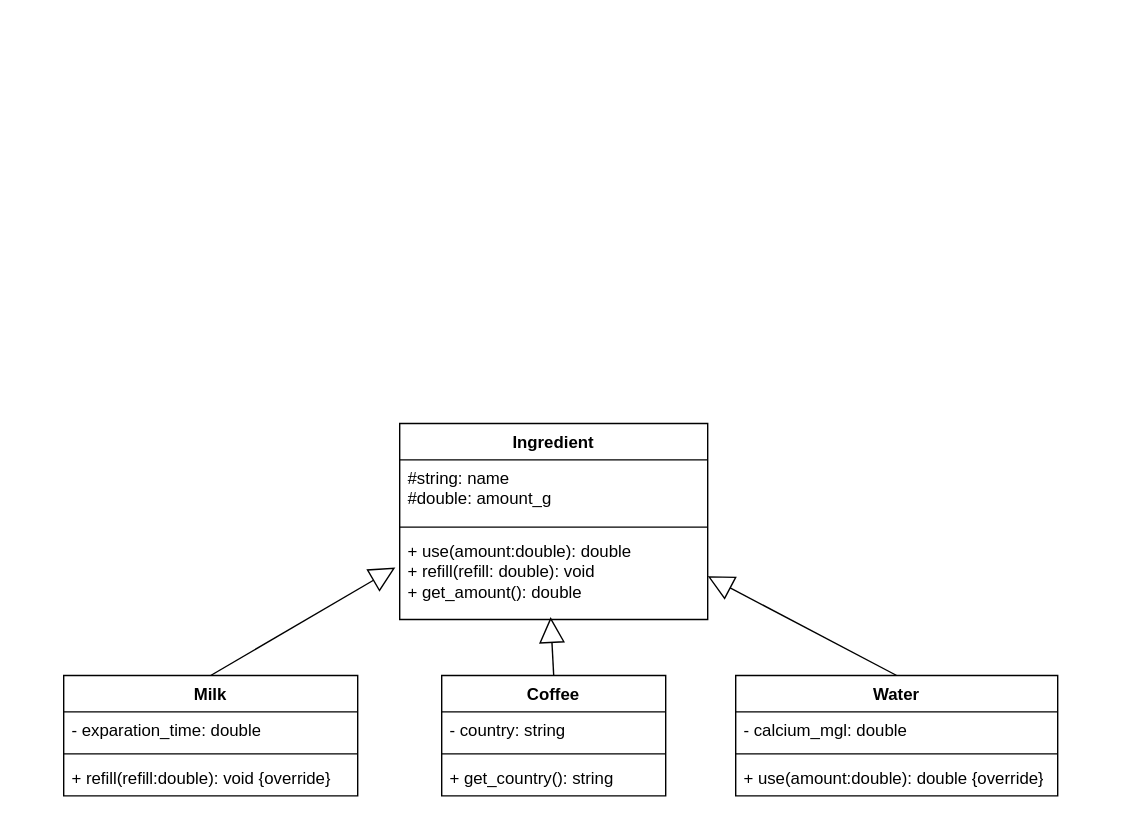
Before: UML/coffee_machine.drawio in JostMawick/coffee_machine, a draw.io diagram. Source tidied: cells renumbered, new cells numbered last; positions are measured from the earlier drawing's top-left corner, leaving out a move shared by most shapes. Both pictures are drawn from the tidied source at 140%, with x=0, y=0 at pixel (63, 423).
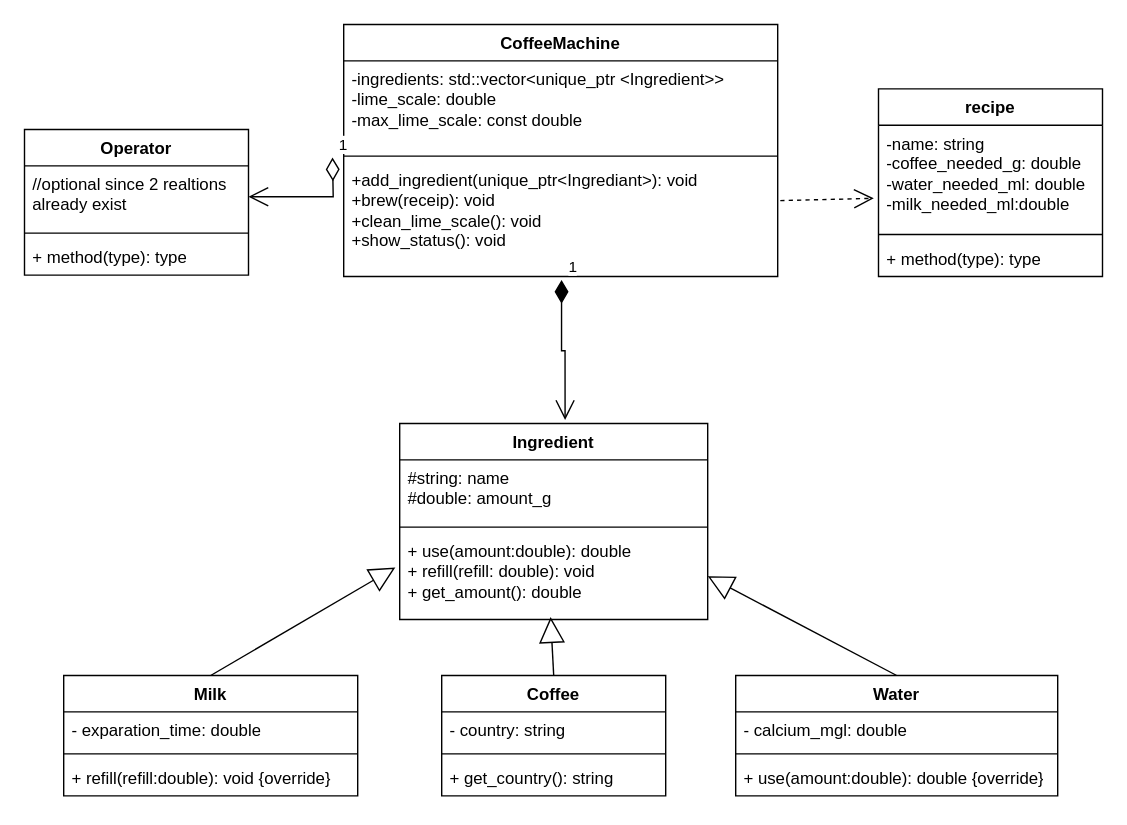
After the change.

Commit message (it also covers changes not shown here):
Uml with coffeemachine and recipe

The change refers to these unchanged cells:
```xml
<mxCell id="2" value="Ingredient" style="swimlane;fontStyle=1;align=center;verticalAlign=top;horizontal=1;startSize=26;whiteSpace=wrap;html=1;" parent="1" vertex="1">
  <mxGeometry x="240" width="220" height="140" as="geometry" />
</mxCell>
```

Change to the diagram source:
```diff
@@
+    <mxCell id="21" value="CoffeeMachine" style="swimlane;fontStyle=1;align=center;verticalAlign=top;horizontal=1;startSize=26;whiteSpace=wrap;html=1;" parent="1" vertex="1">
+      <mxGeometry x="200" y="-285" width="310" height="180" as="geometry" />
+    </mxCell>
+    <mxCell id="22" value="-ingredients: std::vector&amp;lt;unique_ptr &amp;lt;Ingredient&amp;gt;&amp;gt;&lt;div&gt;-lime_scale: double&lt;/div&gt;&lt;div&gt;-max_lime_scale: const double&lt;/div&gt;" style="text;strokeColor=none;fillColor=none;align=left;verticalAlign=top;spacingLeft=4;spacingRight=4;overflow=hidden;whiteSpace=wrap;html=1;" parent="21" vertex="1">
+      <mxGeometry y="26" width="310" height="64" as="geometry" />
+    </mxCell>
+    <mxCell id="23" style="line;strokeWidth=1;fillColor=none;align=left;verticalAlign=middle;spacingTop=-1;spacingLeft=3;spacingRight=3;labelPosition=right;strokeColor=inherit;" parent="21" vertex="1">
+      <mxGeometry y="90" width="310" height="8" as="geometry" />
+    </mxCell>
+    <mxCell id="24" value="+add_ingredient(unique_ptr&amp;lt;Ingrediant&amp;gt;): void&lt;div&gt;+brew(receip): void&lt;/div&gt;&lt;div&gt;+clean_lime_scale(): void&lt;/div&gt;&lt;div&gt;+show_status(): void&lt;/div&gt;" style="text;strokeColor=none;fillColor=none;align=left;verticalAlign=top;spacingLeft=4;spacingRight=4;overflow=hidden;points=[[0,0.5],[1,0.5]];portConstraint=eastwest;whiteSpace=wrap;html=1;" parent="21" vertex="1">
+      <mxGeometry y="98" width="310" height="82" as="geometry" />
+    </mxCell>
+    <mxCell id="25" value="1" style="endArrow=open;html=1;endSize=12;startArrow=diamondThin;startSize=14;startFill=1;edgeStyle=orthogonalEdgeStyle;align=left;verticalAlign=bottom;rounded=0;entryX=0.537;entryY=-0.018;entryDx=0;entryDy=0;entryPerimeter=0;exitX=0.502;exitY=1.03;exitDx=0;exitDy=0;exitPerimeter=0;" parent="1" edge="1" source="24" target="2">
+      <mxGeometry x="-1" y="3" relative="1" as="geometry">
+        <Array as="points">
+          <mxPoint x="356" y="-52" />
+          <mxPoint x="358" y="-52" />
+        </Array>
+      </mxGeometry>
+    </mxCell>
+    <mxCell id="26" value="recipe&lt;div&gt;&lt;br&gt;&lt;/div&gt;" style="swimlane;fontStyle=1;align=center;verticalAlign=top;horizontal=1;startSize=26;whiteSpace=wrap;html=1;" parent="1" vertex="1">
+      <mxGeometry x="582" y="-239" width="160" height="134" as="geometry" />
+    </mxCell>
+    <mxCell id="27" value="-name: string&lt;div&gt;-coffee_needed_g: double&lt;/div&gt;&lt;div&gt;-water_needed_ml: double&lt;/div&gt;&lt;div&gt;-milk_needed_ml:double&lt;/div&gt;" style="text;strokeColor=none;fillColor=none;align=left;verticalAlign=top;spacingLeft=4;spacingRight=4;overflow=hidden;points=[[0,0.5],[1,0.5]];portConstraint=eastwest;whiteSpace=wrap;html=1;" parent="26" vertex="1">
+      <mxGeometry y="26" width="160" height="74" as="geometry" />
+    </mxCell>
+    <mxCell id="28" style="line;strokeWidth=1;fillColor=none;align=left;verticalAlign=middle;spacingTop=-1;spacingLeft=3;spacingRight=3;labelPosition=right;strokeColor=inherit;" parent="26" vertex="1">
+      <mxGeometry y="100" width="160" height="8" as="geometry" />
+    </mxCell>
+    <mxCell id="29" value="+ method(type): type" style="text;strokeColor=none;fillColor=none;align=left;verticalAlign=top;spacingLeft=4;spacingRight=4;overflow=hidden;whiteSpace=wrap;html=1;" parent="26" vertex="1">
+      <mxGeometry y="108" width="160" height="26" as="geometry" />
+    </mxCell>
+    <mxCell id="30" style="endArrow=open;endSize=12;dashed=1;html=1;rounded=0;entryX=-0.021;entryY=0.705;entryDx=0;entryDy=0;entryPerimeter=0;exitX=1.006;exitY=0.339;exitDx=0;exitDy=0;exitPerimeter=0;" parent="1" edge="1" source="24" target="27">
+      <mxGeometry relative="1" as="geometry" />
+    </mxCell>
+    <mxCell id="31" value="Operator" style="swimlane;fontStyle=1;align=center;verticalAlign=top;horizontal=1;startSize=26;whiteSpace=wrap;html=1;" parent="1" vertex="1">
+      <mxGeometry x="-28" y="-210" width="160" height="104" as="geometry" />
+    </mxCell>
+    <mxCell id="32" value="//optional since 2 realtions already exist" style="text;strokeColor=none;fillColor=none;align=left;verticalAlign=top;spacingLeft=4;spacingRight=4;overflow=hidden;points=[[0,0.5],[1,0.5]];portConstraint=eastwest;whiteSpace=wrap;html=1;" parent="31" vertex="1">
+      <mxGeometry y="26" width="160" height="44" as="geometry" />
+    </mxCell>
+    <mxCell id="33" style="line;strokeWidth=1;fillColor=none;align=left;verticalAlign=middle;spacingTop=-1;spacingLeft=3;spacingRight=3;labelPosition=right;strokeColor=inherit;" parent="31" vertex="1">
+      <mxGeometry y="70" width="160" height="8" as="geometry" />
+    </mxCell>
+    <mxCell id="34" value="+ method(type): type" style="text;strokeColor=none;fillColor=none;align=left;verticalAlign=top;spacingLeft=4;spacingRight=4;overflow=hidden;whiteSpace=wrap;html=1;" parent="31" vertex="1">
+      <mxGeometry y="78" width="160" height="26" as="geometry" />
+    </mxCell>
+    <mxCell id="35" value="1" style="endArrow=open;html=1;endSize=12;startArrow=diamondThin;startSize=14;startFill=0;edgeStyle=orthogonalEdgeStyle;align=left;verticalAlign=bottom;rounded=0;entryX=1;entryY=0.5;entryDx=0;entryDy=0;" parent="1" edge="1" target="32">
+      <mxGeometry x="-1" y="3" relative="1" as="geometry">
+        <mxPoint x="192" y="-190" as="sourcePoint" />
+      </mxGeometry>
+    </mxCell>
```
